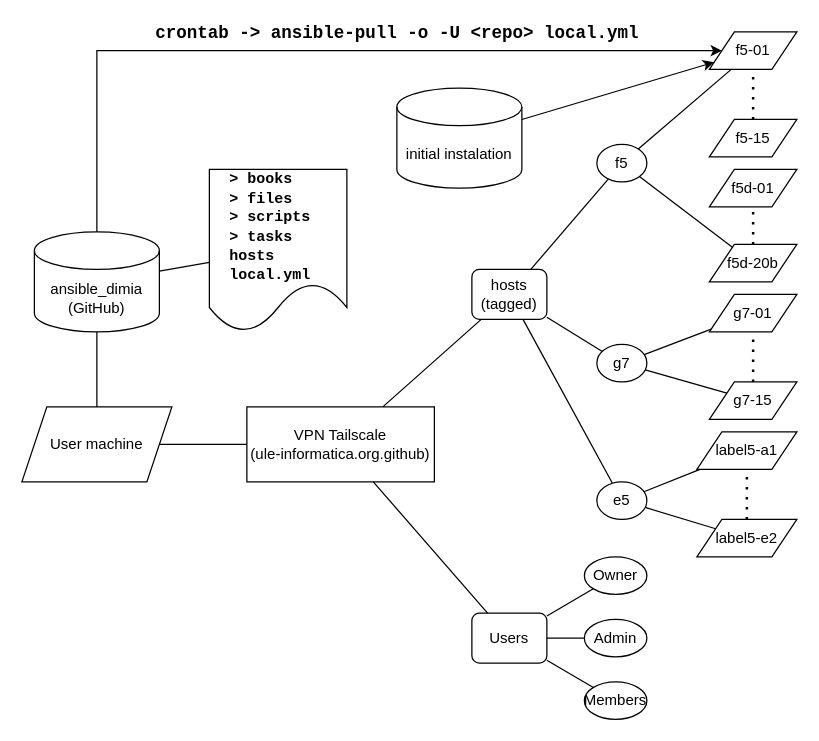
Above: images/diagramLabs.drawio in mcasl/ansible_dimia (draw.io), before the change. Source tidied: cells renumbered, new cells numbered last; positions are measured from the earlier drawing's top-left corner, leaving out a move shared by most shapes. Both pictures are drawn from the tidied source at 125%, with x=0, y=0 at pixel (21, 31).
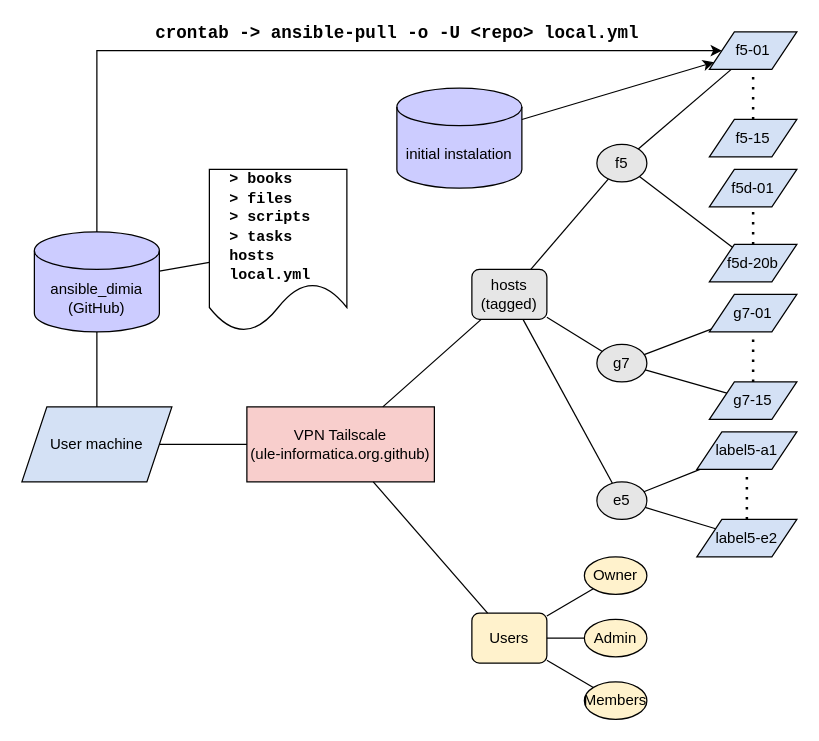
After the change.

Commit message (it also covers changes not shown here):
colors added to diagram

Diff of the diagram source:
```diff
@@
-    <mxCell id="2" value="VPN Tailscale&lt;div&gt;(ule-informatica.org.github)&lt;/div&gt;" style="rounded=0;whiteSpace=wrap;html=1;" parent="1" vertex="1">
+    <mxCell id="2" value="VPN Tailscale&lt;div&gt;(ule-informatica.org.github)&lt;/div&gt;" style="rounded=0;whiteSpace=wrap;html=1;fillColor=#F8CECC;" parent="1" vertex="1">
       <mxGeometry x="180" y="300" width="150" height="60" as="geometry" />
     </mxCell>
-    <mxCell id="3" value="f5" style="ellipse;whiteSpace=wrap;html=1;" parent="1" vertex="1">
+    <mxCell id="3" value="f5" style="ellipse;whiteSpace=wrap;html=1;fillColor=#E6E6E6;" parent="1" vertex="1">
       <mxGeometry x="460" y="90" width="40" height="30" as="geometry" />
     </mxCell>
-    <mxCell id="4" value="g7" style="ellipse;whiteSpace=wrap;html=1;" parent="1" vertex="1">
+    <mxCell id="4" value="g7" style="ellipse;whiteSpace=wrap;html=1;fillColor=#E6E6E6;" parent="1" vertex="1">
       <mxGeometry x="460" y="250" width="40" height="30" as="geometry" />
     </mxCell>
-    <mxCell id="5" value="f5-01" style="shape=parallelogram;perimeter=parallelogramPerimeter;whiteSpace=wrap;html=1;fixedSize=1;" parent="1" vertex="1">
+    <mxCell id="5" value="f5-01" style="shape=parallelogram;perimeter=parallelogramPerimeter;whiteSpace=wrap;html=1;fixedSize=1;fillColor=#D4E1F5;" parent="1" vertex="1">
       <mxGeometry x="550" width="70" height="30" as="geometry" />
     </mxCell>
-    <mxCell id="6" value="f5-15" style="shape=parallelogram;perimeter=parallelogramPerimeter;whiteSpace=wrap;html=1;fixedSize=1;" parent="1" vertex="1">
+    <mxCell id="6" value="f5-15" style="shape=parallelogram;perimeter=parallelogramPerimeter;whiteSpace=wrap;html=1;fixedSize=1;fillColor=#D4E1F5;" parent="1" vertex="1">
       <mxGeometry x="550" y="70" width="70" height="30" as="geometry" />
     </mxCell>
-    <mxCell id="7" value="f5d-01" style="shape=parallelogram;perimeter=parallelogramPerimeter;whiteSpace=wrap;html=1;fixedSize=1;" parent="1" vertex="1">
+    <mxCell id="7" value="f5d-01" style="shape=parallelogram;perimeter=parallelogramPerimeter;whiteSpace=wrap;html=1;fixedSize=1;fillColor=#D4E1F5;" parent="1" vertex="1">
       <mxGeometry x="550" y="110" width="70" height="30" as="geometry" />
     </mxCell>
-    <mxCell id="8" value="f5d-20b" style="shape=parallelogram;perimeter=parallelogramPerimeter;whiteSpace=wrap;html=1;fixedSize=1;" parent="1" vertex="1">
+    <mxCell id="8" value="f5d-20b" style="shape=parallelogram;perimeter=parallelogramPerimeter;whiteSpace=wrap;html=1;fixedSize=1;fillColor=#D4E1F5;" parent="1" vertex="1">
       <mxGeometry x="550" y="170" width="70" height="30" as="geometry" />
     </mxCell>
-    <mxCell id="9" value="g7-01" style="shape=parallelogram;perimeter=parallelogramPerimeter;whiteSpace=wrap;html=1;fixedSize=1;" parent="1" vertex="1">
+    <mxCell id="9" value="g7-01" style="shape=parallelogram;perimeter=parallelogramPerimeter;whiteSpace=wrap;html=1;fixedSize=1;fillColor=#D4E1F5;" parent="1" vertex="1">
       <mxGeometry x="550" y="210" width="70" height="30" as="geometry" />
     </mxCell>
-    <mxCell id="10" value="g7-15" style="shape=parallelogram;perimeter=parallelogramPerimeter;whiteSpace=wrap;html=1;fixedSize=1;" parent="1" vertex="1">
+    <mxCell id="10" value="g7-15" style="shape=parallelogram;perimeter=parallelogramPerimeter;whiteSpace=wrap;html=1;fixedSize=1;fillColor=#D4E1F5;" parent="1" vertex="1">
       <mxGeometry x="550" y="280" width="70" height="30" as="geometry" />
     </mxCell>
-    <mxCell id="11" value="e5" style="ellipse;whiteSpace=wrap;html=1;" parent="1" vertex="1">
+    <mxCell id="11" value="e5" style="ellipse;whiteSpace=wrap;html=1;fillColor=#E6E6E6;" parent="1" vertex="1">
       <mxGeometry x="460" y="360" width="40" height="30" as="geometry" />
     </mxCell>
-    <mxCell id="12" value="label5-a1" style="shape=parallelogram;perimeter=parallelogramPerimeter;whiteSpace=wrap;html=1;fixedSize=1;" parent="1" vertex="1">
+    <mxCell id="12" value="label5-a1" style="shape=parallelogram;perimeter=parallelogramPerimeter;whiteSpace=wrap;html=1;fixedSize=1;fillColor=#D4E1F5;" parent="1" vertex="1">
       <mxGeometry x="540" y="320" width="80" height="30" as="geometry" />
     </mxCell>
-    <mxCell id="13" value="label5-e2" style="shape=parallelogram;perimeter=parallelogramPerimeter;whiteSpace=wrap;html=1;fixedSize=1;" parent="1" vertex="1">
+    <mxCell id="13" value="label5-e2" style="shape=parallelogram;perimeter=parallelogramPerimeter;whiteSpace=wrap;html=1;fixedSize=1;fillColor=#D4E1F5;" parent="1" vertex="1">
       <mxGeometry x="540" y="390" width="80" height="30" as="geometry" />
     </mxCell>
-    <mxCell id="14" style="endArrow=none;dashed=1;html=1;dashPattern=1 3;strokeWidth=2;rounded=0;" parent="1" edge="1" source="6" target="5">
+    <mxCell id="14" style="endArrow=none;dashed=1;html=1;dashPattern=1 3;strokeWidth=2;rounded=0;fillColor=#D4E1F5;" parent="1" edge="1" source="6" target="5">
       <mxGeometry relative="1" as="geometry" />
     </mxCell>
-    <mxCell id="15" style="endArrow=none;dashed=1;html=1;dashPattern=1 3;strokeWidth=2;rounded=0;" parent="1" edge="1" source="8" target="7">
+    <mxCell id="15" style="endArrow=none;dashed=1;html=1;dashPattern=1 3;strokeWidth=2;rounded=0;fillColor=#D4E1F5;" parent="1" edge="1" source="8" target="7">
       <mxGeometry relative="1" as="geometry" />
     </mxCell>
-    <mxCell id="16" style="endArrow=none;dashed=1;html=1;dashPattern=1 3;strokeWidth=2;rounded=0;" parent="1" edge="1" source="10" target="9">
+    <mxCell id="16" style="endArrow=none;dashed=1;html=1;dashPattern=1 3;strokeWidth=2;rounded=0;fillColor=#D4E1F5;" parent="1" edge="1" source="10" target="9">
       <mxGeometry relative="1" as="geometry" />
     </mxCell>
-    <mxCell id="17" style="endArrow=none;dashed=1;html=1;dashPattern=1 3;strokeWidth=2;rounded=0;" parent="1" edge="1" source="13" target="12">
+    <mxCell id="17" style="endArrow=none;dashed=1;html=1;dashPattern=1 3;strokeWidth=2;rounded=0;fillColor=#D4E1F5;" parent="1" edge="1" source="13" target="12">
       <mxGeometry relative="1" as="geometry" />
     </mxCell>
@@
-    <mxCell id="24" value="ansible_dimia&lt;div&gt;(GitHub)&lt;/div&gt;" style="shape=cylinder3;whiteSpace=wrap;html=1;boundedLbl=1;backgroundOutline=1;size=15;" parent="1" vertex="1">
+    <mxCell id="24" value="ansible_dimia&lt;div&gt;(GitHub)&lt;/div&gt;" style="shape=cylinder3;whiteSpace=wrap;html=1;boundedLbl=1;backgroundOutline=1;size=15;fillColor=#CCCCFF;" parent="1" vertex="1">
       <mxGeometry x="10" y="160" width="100" height="80" as="geometry" />
     </mxCell>
-    <mxCell id="25" value="hosts&lt;div&gt;(tagged)&lt;/div&gt;" style="rounded=1;whiteSpace=wrap;html=1;" parent="1" vertex="1">
+    <mxCell id="25" value="hosts&lt;div&gt;(tagged)&lt;/div&gt;" style="rounded=1;whiteSpace=wrap;html=1;fillColor=#E6E6E6;" parent="1" vertex="1">
       <mxGeometry x="360" y="190" width="60" height="40" as="geometry" />
     </mxCell>
@@
-    <mxCell id="30" value="Users" style="rounded=1;whiteSpace=wrap;html=1;" parent="1" vertex="1">
+    <mxCell id="30" value="Users" style="rounded=1;whiteSpace=wrap;html=1;fillColor=#FFF2CC;" parent="1" vertex="1">
       <mxGeometry x="360" y="465" width="60" height="40" as="geometry" />
     </mxCell>
@@
-    <mxCell id="32" value="Admin" style="ellipse;whiteSpace=wrap;html=1;" parent="1" vertex="1">
+    <mxCell id="32" value="Admin" style="ellipse;whiteSpace=wrap;html=1;fillColor=#FFF2CC;" parent="1" vertex="1">
       <mxGeometry x="450" y="470" width="50" height="30" as="geometry" />
     </mxCell>
-    <mxCell id="33" value="Owner" style="ellipse;whiteSpace=wrap;html=1;" parent="1" vertex="1">
+    <mxCell id="33" value="Owner" style="ellipse;whiteSpace=wrap;html=1;fillColor=#FFF2CC;" parent="1" vertex="1">
       <mxGeometry x="450" y="420" width="50" height="30" as="geometry" />
     </mxCell>
-    <mxCell id="34" value="Members" style="ellipse;whiteSpace=wrap;html=1;" parent="1" vertex="1">
+    <mxCell id="34" value="Members" style="ellipse;whiteSpace=wrap;html=1;fillColor=#FFF2CC;" parent="1" vertex="1">
       <mxGeometry x="450" y="520" width="50" height="30" as="geometry" />
     </mxCell>
-    <mxCell id="35" style="endArrow=none;html=1;rounded=0;" parent="1" edge="1" source="30" target="33">
+    <mxCell id="35" style="endArrow=none;html=1;rounded=0;fillColor=#FFF2CC;" parent="1" edge="1" source="30" target="33">
       <mxGeometry relative="1" as="geometry" />
     </mxCell>
-    <mxCell id="36" style="endArrow=none;html=1;rounded=0;" parent="1" edge="1" source="30" target="32">
+    <mxCell id="36" style="endArrow=none;html=1;rounded=0;fillColor=#FFF2CC;" parent="1" edge="1" source="30" target="32">
       <mxGeometry relative="1" as="geometry" />
     </mxCell>
-    <mxCell id="37" style="endArrow=none;html=1;rounded=0;" parent="1" edge="1" source="30" target="34">
+    <mxCell id="37" style="endArrow=none;html=1;rounded=0;fillColor=#FFF2CC;" parent="1" edge="1" source="30" target="34">
       <mxGeometry relative="1" as="geometry" />
     </mxCell>
-    <mxCell id="38" value="User machine" style="shape=parallelogram;perimeter=parallelogramPerimeter;whiteSpace=wrap;html=1;fixedSize=1;" parent="1" vertex="1">
+    <mxCell id="38" value="User machine" style="shape=parallelogram;perimeter=parallelogramPerimeter;whiteSpace=wrap;html=1;fixedSize=1;fillColor=#D4E1F5;" parent="1" vertex="1">
       <mxGeometry y="300" width="120" height="60" as="geometry" />
     </mxCell>
@@
-    <mxCell id="45" value="initial instalation" style="shape=cylinder3;whiteSpace=wrap;html=1;boundedLbl=1;backgroundOutline=1;size=15;" parent="1" vertex="1">
+    <mxCell id="45" value="initial instalation" style="shape=cylinder3;whiteSpace=wrap;html=1;boundedLbl=1;backgroundOutline=1;size=15;fillColor=#CCCCFF;" parent="1" vertex="1">
       <mxGeometry x="300" y="45" width="100" height="80" as="geometry" />
     </mxCell>
```
